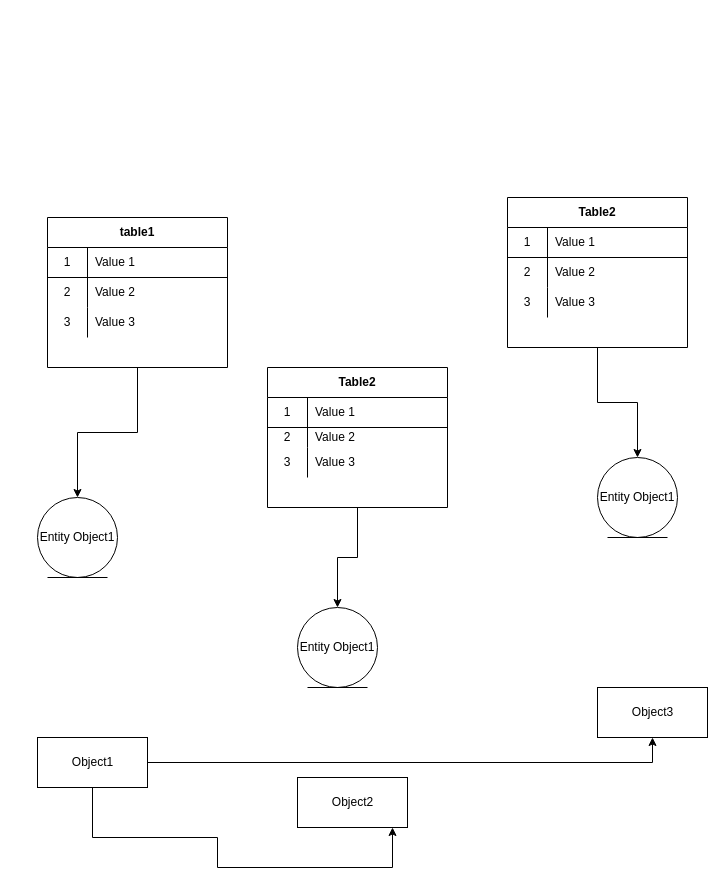
The draw.io diagram Untitled Diagram.drawio in WillyScott/myTODOs, before the edit. Source tidied: cells renumbered, new cells numbered last; positions are measured from the earlier drawing's top-left corner, leaving out a move shared by most shapes. Both pictures are drawn from the tidied source at 100%, with x=0, y=0 at pixel (37, 197).
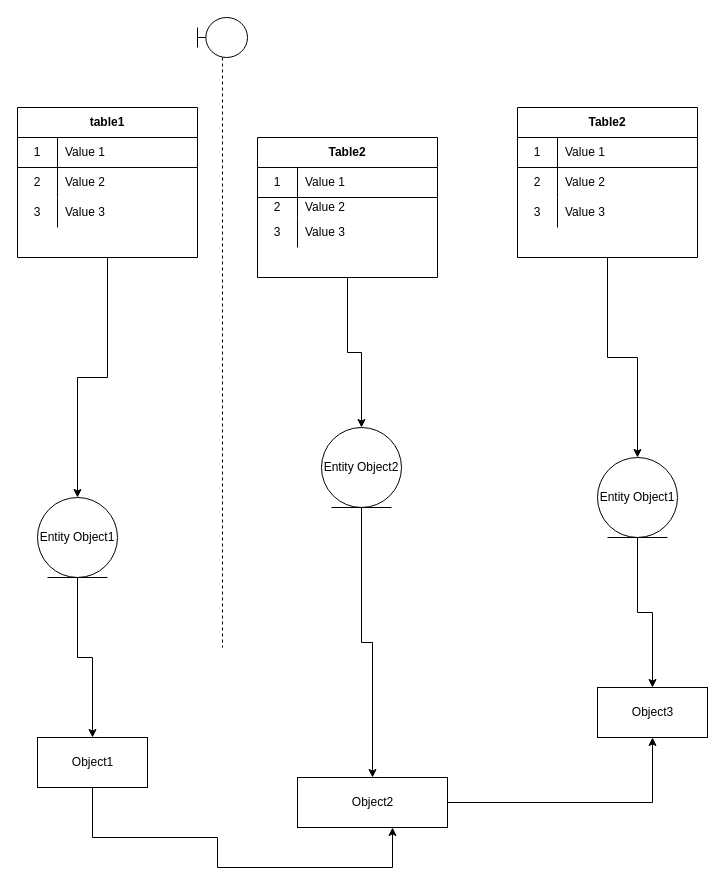
The same page after the edit.

The change refers to these unchanged cells:
```xml
<mxCell id="2" value="Entity Object1" style="ellipse;shape=umlEntity;whiteSpace=wrap;html=1;" parent="1" vertex="1">
  <mxGeometry y="300" width="80" height="80" as="geometry" />
</mxCell>
<mxCell id="25" value="Entity Object1" style="ellipse;shape=umlEntity;whiteSpace=wrap;html=1;" parent="1" vertex="1">
  <mxGeometry x="560" y="260" width="80" height="80" as="geometry" />
</mxCell>
<mxCell id="40" value="Object1" style="html=1;" parent="1" vertex="1">
  <mxGeometry y="540" width="110" height="50" as="geometry" />
</mxCell>
<mxCell id="42" value="Object3" style="html=1;" parent="1" vertex="1">
  <mxGeometry x="560" y="490" width="110" height="50" as="geometry" />
</mxCell>
```

Diff of the diagram source:
```diff
@@
+    <mxCell id="43" style="edgeStyle=orthogonalEdgeStyle;rounded=0;jettySize=auto;html=1;" parent="1" edge="1" source="2" target="40">
+      <mxGeometry relative="1" as="geometry" />
+    </mxCell>
@@
     <mxCell id="4" value="table1" style="shape=table;html=1;whiteSpace=wrap;startSize=30;childLayout=tableLayout;rowLines=0;fontStyle=1;align=center;" parent="1" vertex="1">
-      <mxGeometry x="10" y="20" width="180" height="150" as="geometry" />
+      <mxGeometry x="-20" y="-90" width="180" height="150" as="geometry" />
     </mxCell>
@@
     <mxCell id="15" value="Table2" style="shape=table;html=1;whiteSpace=wrap;startSize=30;childLayout=tableLayout;rowLines=0;fontStyle=1;align=center;" parent="1" vertex="1">
-      <mxGeometry x="470" width="180" height="150" as="geometry" />
+      <mxGeometry x="480" y="-90" width="180" height="150" as="geometry" />
     </mxCell>
@@
+    <mxCell id="44" style="edgeStyle=orthogonalEdgeStyle;rounded=0;jettySize=auto;html=1;entryX=0.5;entryY=0;entryDx=0;entryDy=0;" parent="1" edge="1" source="25" target="42">
+      <mxGeometry relative="1" as="geometry" />
+    </mxCell>
@@
+    <mxCell id="45" style="edgeStyle=orthogonalEdgeStyle;rounded=0;jettySize=auto;html=1;" parent="1" edge="1" source="26" target="41">
+      <mxGeometry relative="1" as="geometry" />
+    </mxCell>
-    <mxCell id="26" value="Entity Object1" style="ellipse;shape=umlEntity;whiteSpace=wrap;html=1;" parent="1" vertex="1">
-      <mxGeometry x="260" y="410" width="80" height="80" as="geometry" />
+    <mxCell id="26" value="Entity Object2&lt;br&gt;" style="ellipse;shape=umlEntity;whiteSpace=wrap;html=1;" parent="1" vertex="1">
+      <mxGeometry x="284" y="230" width="80" height="80" as="geometry" />
     </mxCell>
@@
     <mxCell id="28" value="Table2" style="shape=table;html=1;whiteSpace=wrap;startSize=30;childLayout=tableLayout;rowLines=0;fontStyle=1;align=center;" parent="1" vertex="1">
-      <mxGeometry x="230" y="170" width="180" height="140" as="geometry" />
+      <mxGeometry x="220" y="-60" width="180" height="140" as="geometry" />
     </mxCell>
@@
-    <mxCell id="39" style="edgeStyle=orthogonalEdgeStyle;rounded=0;jettySize=auto;html=1;exitX=1;exitY=0.5;exitDx=0;exitDy=0;entryX=0.5;entryY=1;entryDx=0;entryDy=0;" parent="1" edge="1" source="40" target="42">
-      <mxGeometry relative="1" as="geometry" />
-    </mxCell>
@@
+    <mxCell id="46" style="edgeStyle=orthogonalEdgeStyle;rounded=0;jettySize=auto;html=1;" parent="1" edge="1" source="41" target="42">
+      <mxGeometry relative="1" as="geometry" />
+    </mxCell>
     <mxCell id="41" value="Object2" style="html=1;" parent="1" vertex="1">
-      <mxGeometry x="260" y="580" width="110" height="50" as="geometry" />
+      <mxGeometry x="260" y="580" width="150" height="50" as="geometry" />
     </mxCell>
@@
+    <mxCell id="47" style="shape=umlLifeline;participant=umlBoundary;perimeter=lifelinePerimeter;whiteSpace=wrap;html=1;verticalAlign=top;spacingTop=36;" parent="1" vertex="1">
+      <mxGeometry x="160" y="-180" width="50" height="630" as="geometry" />
+    </mxCell>
```
